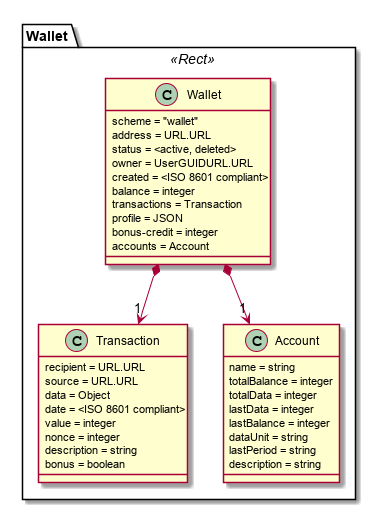
Above: datamodel/data-objects/wallet/Wallet-Data-Object-Model.png in reTHINK-project/specs (PlantUML), before the change.
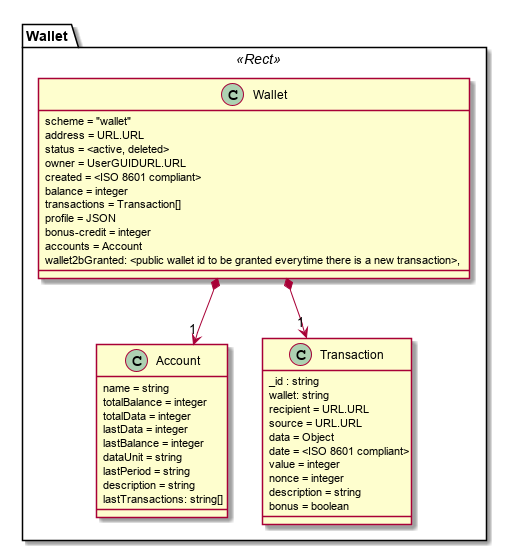
The same diagram one commit later.

Commit message:
wallet spec updated

Diff of the diagram source:
```diff
@@ -9,21 +9,11 @@
 		owner = UserGUIDURL.URL
 		created = <ISO 8601 compliant>
 		balance = integer
-		transactions = Transaction
+		transactions = Transaction[]
 		profile = JSON
 		bonus-credit = integer
 		accounts = Account
-	}
-
-	class Transaction {
-		recipient = URL.URL
-		source = URL.URL
-		data = Object
-    date = <ISO 8601 compliant>
-    value = integer
-    nonce = integer
-		description = string
-		bonus = boolean
+		wallet2bGranted: <public wallet id to be granted everytime there is a new transaction>,
 	}
 
 	class Account {
@@ -35,7 +25,22 @@
 		dataUnit = string
     lastPeriod = string
     description = string
+		lastTransactions: string[]
 	}
+
+	class Transaction {
+		_id : string
+  	wallet: string
+		recipient = URL.URL
+		source = URL.URL
+		data = Object
+    date = <ISO 8601 compliant>
+    value = integer
+    nonce = integer
+		description = string
+		bonus = boolean
+	}
+
 
 
 	}
```
